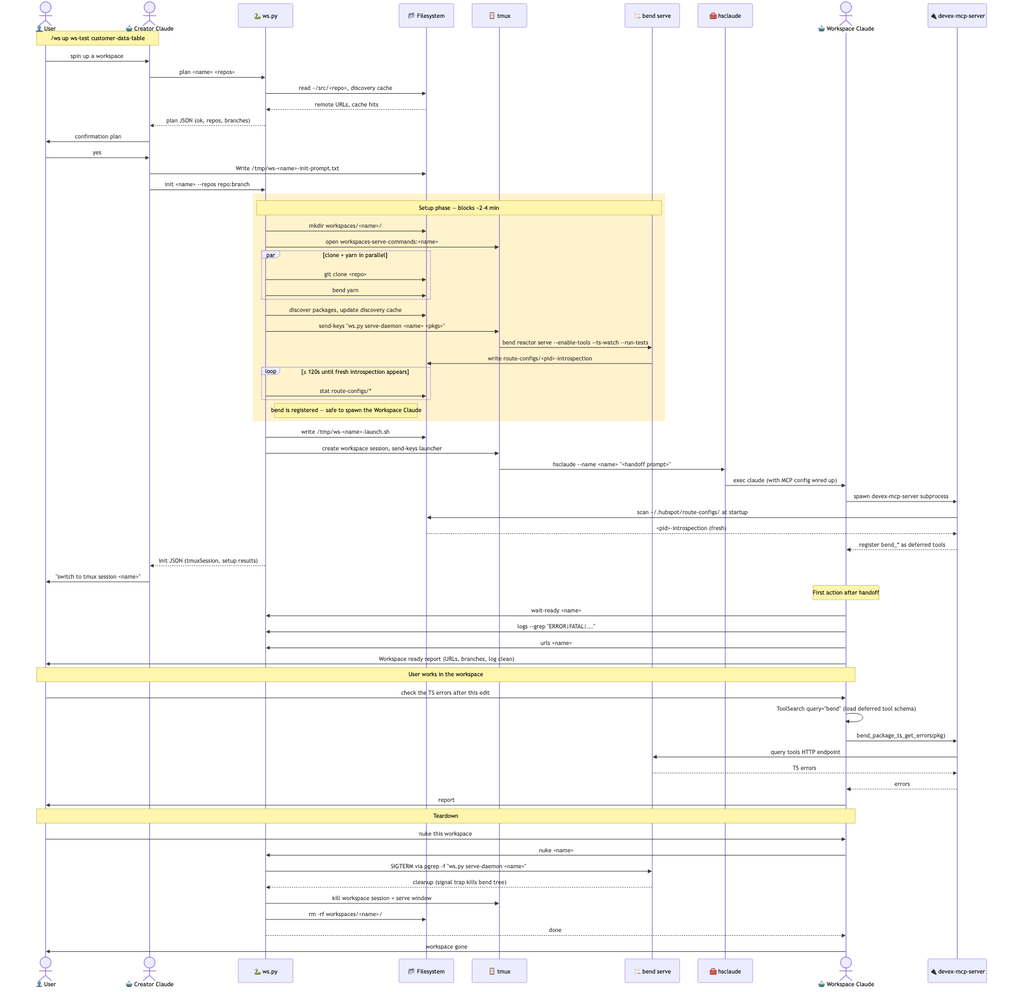
Earlier version of the Mermaid export .claude/skills/ws/diagrams/sequence-full.png (bobrown101/dotfiles). Its source is kept beside it as .claude/skills/ws/diagrams/sequence-full.mmd.
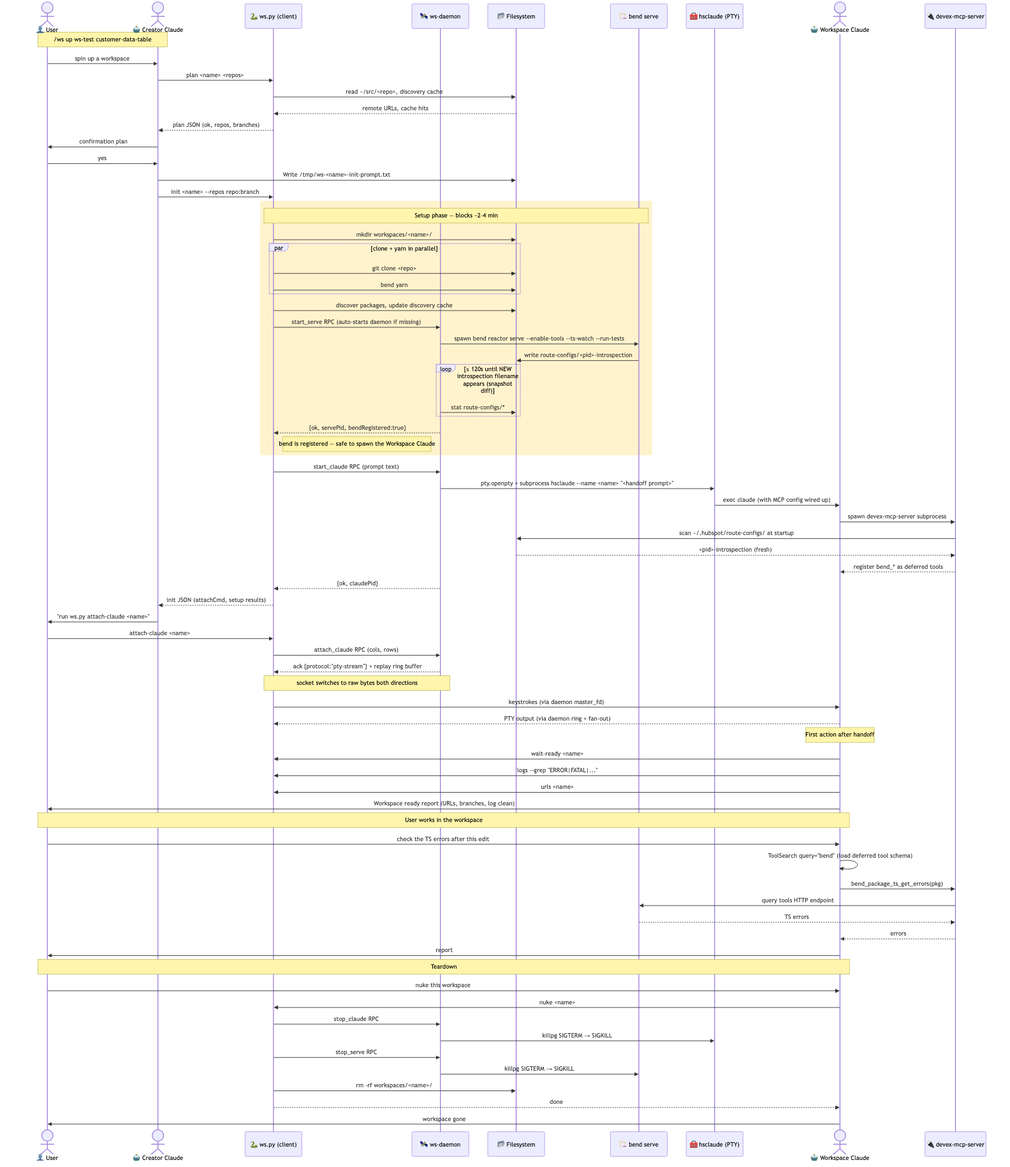
The same file after the commit.

Commit message:
docs(ws-daemon): session 3 log + ARCHITECTURE.md + sequence diagrams for Phase 3

Diff of the diagram source:
```diff
@@ -1,11 +1,11 @@
 sequenceDiagram
     actor User as 👤 User
     actor Creator as 🤖 Creator Claude
-    participant WS as 🐍 ws.py
+    participant WS as 🐍 ws.py (client)
+    participant D as 🛰️ ws-daemon
     participant FS as 📂 Filesystem
-    participant Tmux as 🪟 tmux
     participant Bend as 🏗️ bend serve
-    participant HSC as 🧰 hsclaude
+    participant HSC as 🧰 hsclaude (PTY)
     actor WsC as 🤖 Workspace Claude
     participant MCP as 🔌 devex-mcp-server
 
@@ -24,31 +24,38 @@
     rect rgb(255, 243, 205)
         Note over WS,Bend: Setup phase — blocks ~2–4 min
         WS->>FS: mkdir workspaces/<name>/
-        WS->>Tmux: open workspaces-serve-commands:<name>
         par clone + yarn in parallel
             WS->>FS: git clone <repo>
             WS->>FS: bend yarn
         end
         WS->>FS: discover packages, update discovery cache
-        WS->>Tmux: send-keys "ws.py serve-daemon <name> <pkgs>"
-        Tmux->>Bend: bend reactor serve --enable-tools --ts-watch --run-tests
+        WS->>D: start_serve RPC (auto-starts daemon if missing)
+        D->>Bend: spawn bend reactor serve --enable-tools --ts-watch --run-tests
         Bend->>FS: write route-configs/<pid>-introspection
-        loop ≤ 120s until fresh introspection appears
-            WS->>FS: stat route-configs/*
+        loop ≤ 120s until NEW introspection filename appears (snapshot diff)
+            D->>FS: stat route-configs/*
         end
+        D-->>WS: {ok, servePid, bendRegistered:true}
         Note right of WS: bend is registered — safe to spawn the Workspace Claude
     end
 
-    WS->>FS: write /tmp/ws-<name>-launch.sh
-    WS->>Tmux: create workspace session, send-keys launcher
-    Tmux->>HSC: hsclaude --name <name> "<handoff prompt>"
+    WS->>D: start_claude RPC (prompt text)
+    D->>HSC: pty.openpty + subprocess hsclaude --name <name> "<handoff prompt>"
     HSC->>WsC: exec claude (with MCP config wired up)
     WsC->>MCP: spawn devex-mcp-server subprocess
     MCP->>FS: scan ~/.hubspot/route-configs/ at startup
     FS-->>MCP: <pid>-introspection (fresh)
     MCP-->>WsC: register bend_* as deferred tools
-    WS-->>Creator: init JSON (tmuxSession, setup results)
-    Creator->>User: "switch to tmux session <name>"
+    D-->>WS: {ok, claudePid}
+    WS-->>Creator: init JSON (attachCmd, setup results)
+    Creator->>User: "run ws.py attach-claude <name>"
+
+    User->>WS: attach-claude <name>
+    WS->>D: attach_claude RPC (cols, rows)
+    D-->>WS: ack {protocol:"pty-stream"} + replay ring buffer
+    Note over WS,D: socket switches to raw bytes both directions
+    WS->>WsC: keystrokes (via daemon master_fd)
+    WsC-->>WS: PTY output (via daemon ring + fan-out)
 
     Note over WsC: First action after handoff
     WsC->>WS: wait-ready <name>
@@ -68,9 +75,10 @@
     Note over User,WsC: Teardown
     User->>WsC: nuke this workspace
     WsC->>WS: nuke <name>
-    WS->>Bend: SIGTERM via pgrep -f "ws.py serve-daemon <name>"
-    Bend-->>WS: cleanup (signal trap kills bend tree)
-    WS->>Tmux: kill workspace session + serve window
+    WS->>D: stop_claude RPC
+    D->>HSC: killpg SIGTERM → SIGKILL
+    WS->>D: stop_serve RPC
+    D->>Bend: killpg SIGTERM → SIGKILL
     WS->>FS: rm -rf workspaces/<name>/
     WS-->>WsC: done
     WsC->>User: workspace gone
```
